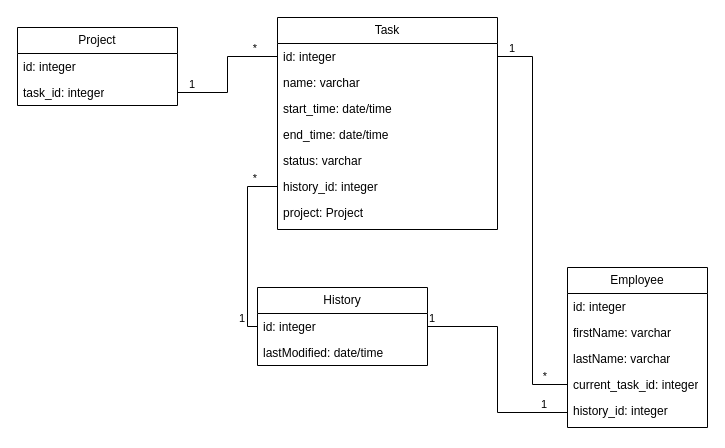
hard-gainer/UML keeps this draw.io diagram as ER.drawio. Above is the earlier version. Source tidied: cells renumbered, new cells numbered last; positions are measured from the earlier drawing's top-left corner, leaving out a move shared by most shapes. Both pictures are drawn from the tidied source at 100%, with x=0, y=0 at pixel (17, 17).
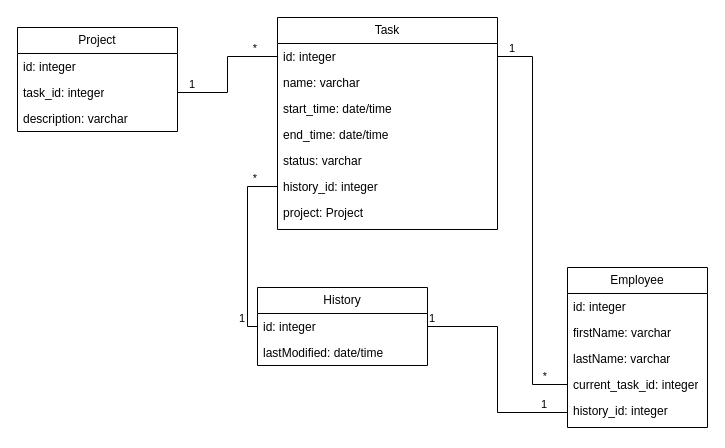
Above is the later version.

What changed in the source:
```diff
@@
     <mxCell id="16" value="Project" style="swimlane;fontStyle=0;horizontal=1;startSize=26;fillColor=none;whiteSpace=wrap;html=1;" parent="1" vertex="1">
-      <mxGeometry y="10" width="160" height="78" as="geometry" />
+      <mxGeometry y="10" width="160" height="104" as="geometry" />
     </mxCell>
@@
+    <mxCell id="34" value="description: varchar" style="text;strokeColor=none;fillColor=none;align=left;verticalAlign=top;spacingLeft=4;spacingRight=4;overflow=hidden;whiteSpace=wrap;html=1;" parent="16" vertex="1">
+      <mxGeometry y="78" width="160" height="26" as="geometry" />
+    </mxCell>
```
